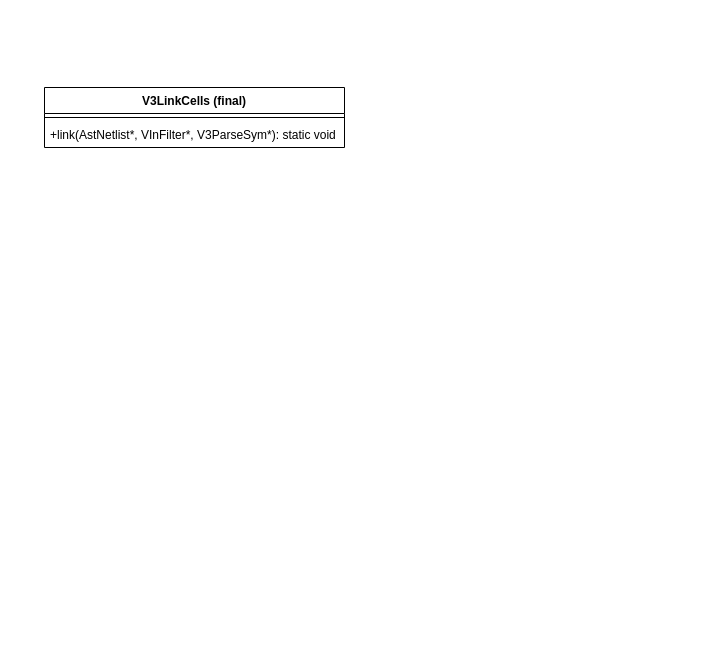
Above: verilator_digrams/V3LinkCells.drawio in Dercury/CLDK (draw.io), before the change. Source tidied: cells renumbered, new cells numbered last; positions are measured from the earlier drawing's top-left corner, leaving out a move shared by most shapes. Both pictures are drawn from the tidied source at 100%, with x=0, y=0 at pixel (44, 87).
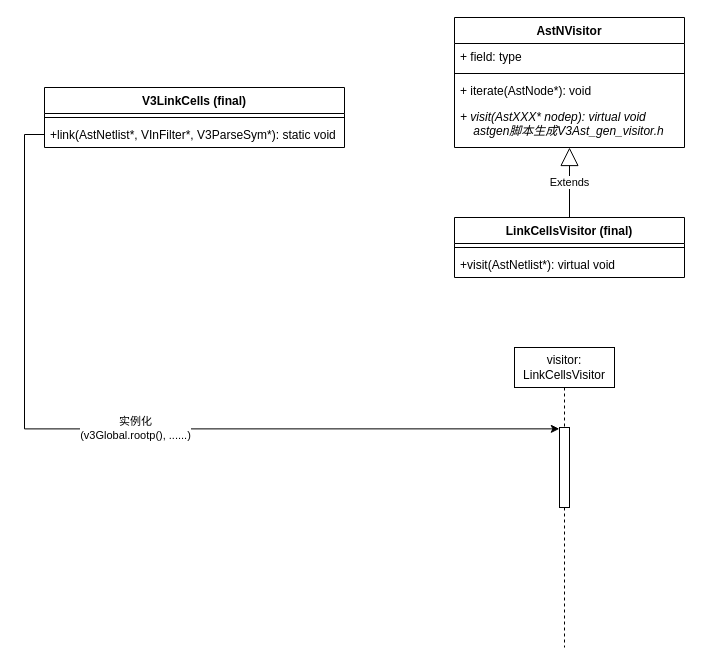
After the change.

What changed in the source:
```diff
@@
 <mxGraphModel>
   <root>
     <mxCell id="0" />
     <mxCell id="1" parent="0" />
     <mxCell id="2" value="V3LinkCells (final)" style="swimlane;fontStyle=1;align=center;verticalAlign=top;horizontal=1;startSize=26;" parent="1" vertex="1">
       <mxGeometry width="300" height="60" as="geometry" />
     </mxCell>
     <mxCell id="3" style="line;strokeWidth=1;fillColor=none;align=left;verticalAlign=middle;spacingTop=-1;spacingLeft=3;spacingRight=3;labelPosition=right;" parent="2" vertex="1">
       <mxGeometry y="26" width="300" height="8" as="geometry" />
     </mxCell>
     <mxCell id="4" value="+link(AstNetlist*, VInFilter*, V3ParseSym*): static void " style="text;strokeColor=none;fillColor=none;align=left;verticalAlign=top;spacingLeft=4;spacingRight=4;overflow=hidden;points=[[0,0.5],[1,0.5]];portConstraint=eastwest;" parent="2" vertex="1">
       <mxGeometry y="34" width="300" height="26" as="geometry" />
     </mxCell>
+    <mxCell id="5" value="visitor: LinkCellsVisitor" style="shape=umlLifeline;perimeter=lifelinePerimeter;whiteSpace=wrap;html=1;" parent="1" vertex="1">
+      <mxGeometry x="470" y="260" width="100" height="300" as="geometry" />
+    </mxCell>
+    <mxCell id="6" style="html=1;points=[];perimeter=orthogonalPerimeter;" parent="5" vertex="1">
+      <mxGeometry x="45" y="80" width="10" height="80" as="geometry" />
+    </mxCell>
+    <mxCell id="7" value="实例化&lt;br&gt;(v3Global.rootp(), ......)" style="edgeStyle=orthogonalEdgeStyle;rounded=0;jettySize=auto;html=1;entryX=-0.019;entryY=0.017;entryDx=0;entryDy=0;entryPerimeter=0;exitX=0;exitY=0.5;exitDx=0;exitDy=0;" parent="1" edge="1" source="4" target="6">
+      <mxGeometry relative="1" as="geometry" />
+    </mxCell>
+    <mxCell id="8" value="LinkCellsVisitor (final)" style="swimlane;fontStyle=1;align=center;verticalAlign=top;horizontal=1;startSize=26;" parent="1" vertex="1">
+      <mxGeometry x="410" y="130" width="230" height="60" as="geometry" />
+    </mxCell>
+    <mxCell id="9" style="line;strokeWidth=1;fillColor=none;align=left;verticalAlign=middle;spacingTop=-1;spacingLeft=3;spacingRight=3;labelPosition=right;" parent="8" vertex="1">
+      <mxGeometry y="26" width="230" height="8" as="geometry" />
+    </mxCell>
+    <mxCell id="10" value="+visit(AstNetlist*): virtual void " style="text;strokeColor=none;fillColor=none;align=left;verticalAlign=top;spacingLeft=4;spacingRight=4;overflow=hidden;" parent="8" vertex="1">
+      <mxGeometry y="34" width="230" height="26" as="geometry" />
+    </mxCell>
+    <mxCell id="11" value="AstNVisitor" style="swimlane;fontStyle=1;align=center;verticalAlign=top;horizontal=1;startSize=26;" parent="1" vertex="1">
+      <mxGeometry x="410" y="-70" width="230" height="130" as="geometry" />
+    </mxCell>
+    <mxCell id="12" value="+ field: type" style="text;strokeColor=none;fillColor=none;align=left;verticalAlign=top;spacingLeft=4;spacingRight=4;overflow=hidden;" parent="11" vertex="1">
+      <mxGeometry y="26" width="230" height="26" as="geometry" />
+    </mxCell>
+    <mxCell id="13" style="line;strokeWidth=1;fillColor=none;align=left;verticalAlign=middle;spacingTop=-1;spacingLeft=3;spacingRight=3;labelPosition=right;" parent="11" vertex="1">
+      <mxGeometry y="52" width="230" height="8" as="geometry" />
+    </mxCell>
+    <mxCell id="14" value="+ iterate(AstNode*): void" style="text;strokeColor=none;fillColor=none;align=left;verticalAlign=top;spacingLeft=4;spacingRight=4;overflow=hidden;" parent="11" vertex="1">
+      <mxGeometry y="60" width="230" height="26" as="geometry" />
+    </mxCell>
+    <mxCell id="15" value="+ visit(AstXXX* nodep): virtual void&#10;    astgen脚本生成V3Ast_gen_visitor.h" style="text;strokeColor=none;fillColor=none;align=left;verticalAlign=top;spacingLeft=4;spacingRight=4;overflow=hidden;fontStyle=2;" parent="11" vertex="1">
+      <mxGeometry y="86" width="230" height="44" as="geometry" />
+    </mxCell>
+    <mxCell id="16" value="Extends" style="endArrow=block;endSize=16;endFill=0;html=1;exitX=0.5;exitY=0;exitDx=0;exitDy=0;edgeStyle=orthogonalEdgeStyle;" parent="1" edge="1" source="8" target="11">
+      <mxGeometry relative="1" as="geometry" />
+    </mxCell>
   </root>
 </mxGraphModel>
```
